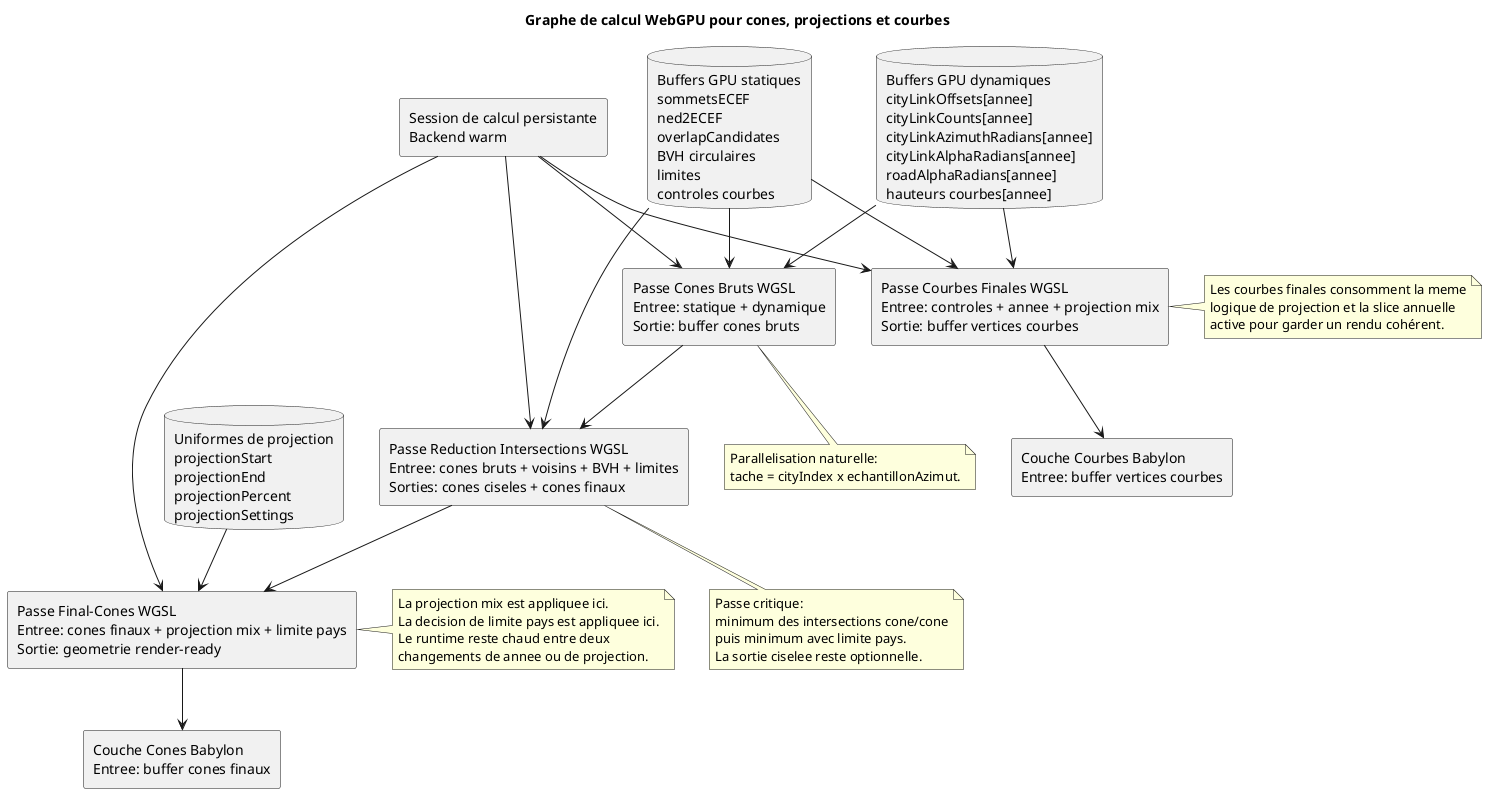
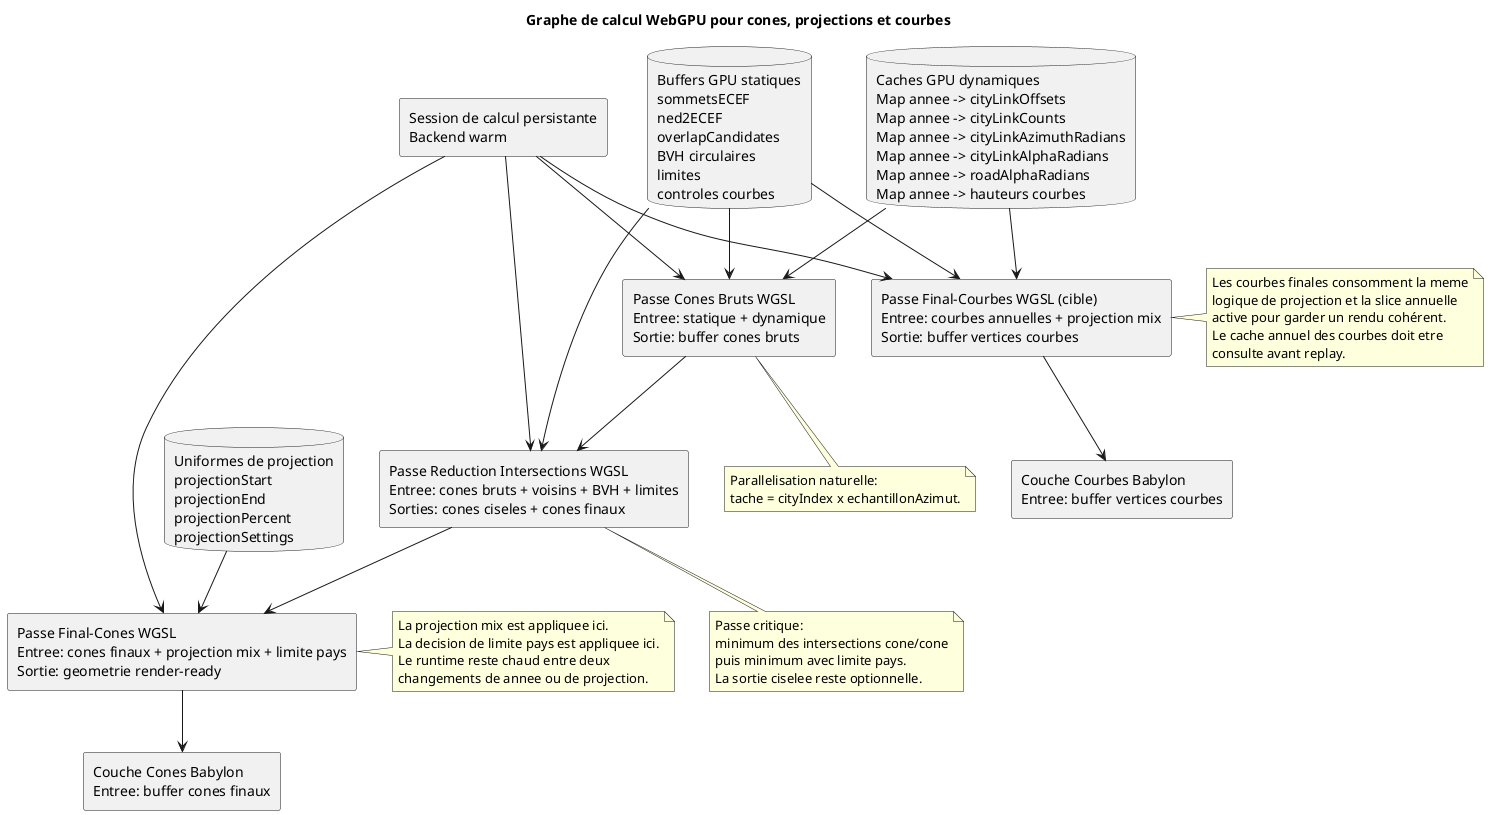
@startuml
title Graphe de calcul WebGPU pour cones, projections et courbes

skinparam componentStyle rectangle

database "Buffers GPU statiques\nsommetsECEF\nned2ECEF\noverlapCandidates\nBVH circulaires\nlimites\ncontroles courbes" as staticBuffers
- database "Buffers GPU dynamiques\ncityLinkOffsets[annee]\ncityLinkCounts[annee]\ncityLinkAzimuthRadians[annee]\ncityLinkAlphaRadians[annee]\nroadAlphaRadians[annee]\nhauteurs courbes[annee]" as dynamicBuffers
+ database "Caches GPU dynamiques\nMap annee -> cityLinkOffsets\nMap annee -> cityLinkCounts\nMap annee -> cityLinkAzimuthRadians\nMap annee -> cityLinkAlphaRadians\nMap annee -> roadAlphaRadians\nMap annee -> hauteurs courbes" as dynamicBuffers
database "Uniformes de projection\nprojectionStart\nprojectionEnd\nprojectionPercent\nprojectionSettings" as projectionUniforms
component "Session de calcul persistante\nBackend warm" as runtime

component "Passe Cones Bruts WGSL\nEntree: statique + dynamique\nSortie: buffer cones bruts" as raw
component "Passe Reduction Intersections WGSL\nEntree: cones bruts + voisins + BVH + limites\nSorties: cones ciseles + cones finaux" as intersect
component "Passe Final-Cones WGSL\nEntree: cones finaux + projection mix + limite pays\nSortie: geometrie render-ready" as finalCones
- component "Passe Courbes Finales WGSL\nEntree: controles + annee + projection mix\nSortie: buffer vertices courbes" as curve
+ component "Passe Final-Courbes WGSL (cible)\nEntree: courbes annuelles + projection mix\nSortie: buffer vertices courbes" as curve
component "Couche Cones Babylon\nEntree: buffer cones finaux" as coneLayer
component "Couche Courbes Babylon\nEntree: buffer vertices courbes" as curveLayer

runtime --> raw
runtime --> intersect
runtime --> finalCones
runtime --> curve
staticBuffers --> raw
dynamicBuffers --> raw
raw --> intersect
staticBuffers --> intersect
projectionUniforms --> finalCones
intersect --> finalCones
finalCones --> coneLayer
staticBuffers --> curve
dynamicBuffers --> curve
curve --> curveLayer

note bottom of raw
  Parallelisation naturelle:
  tache = cityIndex x echantillonAzimut.
end note

note bottom of intersect
  Passe critique:
  minimum des intersections cone/cone
  puis minimum avec limite pays.
  La sortie ciselee reste optionnelle.
end note

note right of finalCones
  La projection mix est appliquee ici.
  La decision de limite pays est appliquee ici.
  Le runtime reste chaud entre deux
  changements de annee ou de projection.
end note

note right of curve
  Les courbes finales consomment la meme
  logique de projection et la slice annuelle
  active pour garder un rendu cohérent.
+   Le cache annuel des courbes doit etre
+   consulte avant replay.
end note
@enduml
